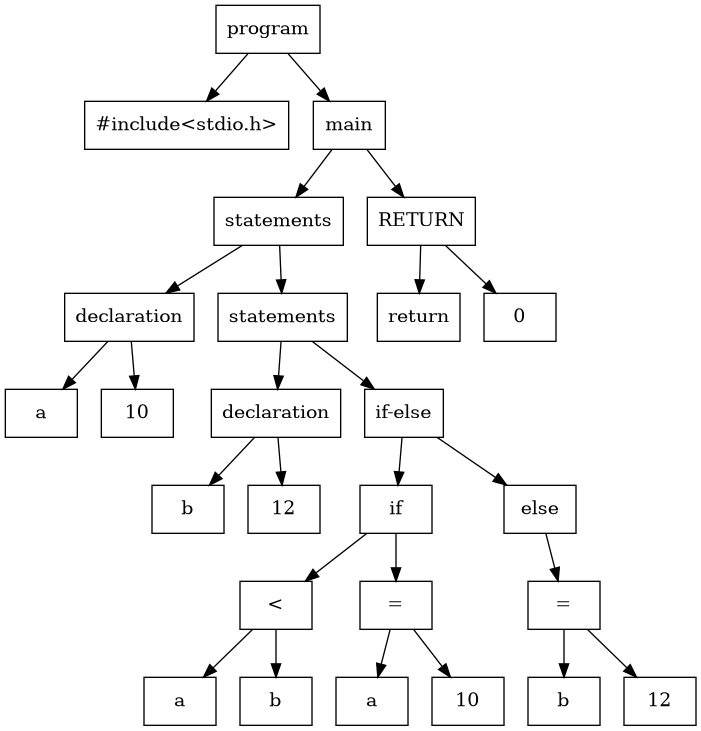
Earlier version of the Graphviz export src/static/parse_tree.png (amansinghrp/C-Compiler-Insight). Its source is kept beside it as src/parse_tree.dot.
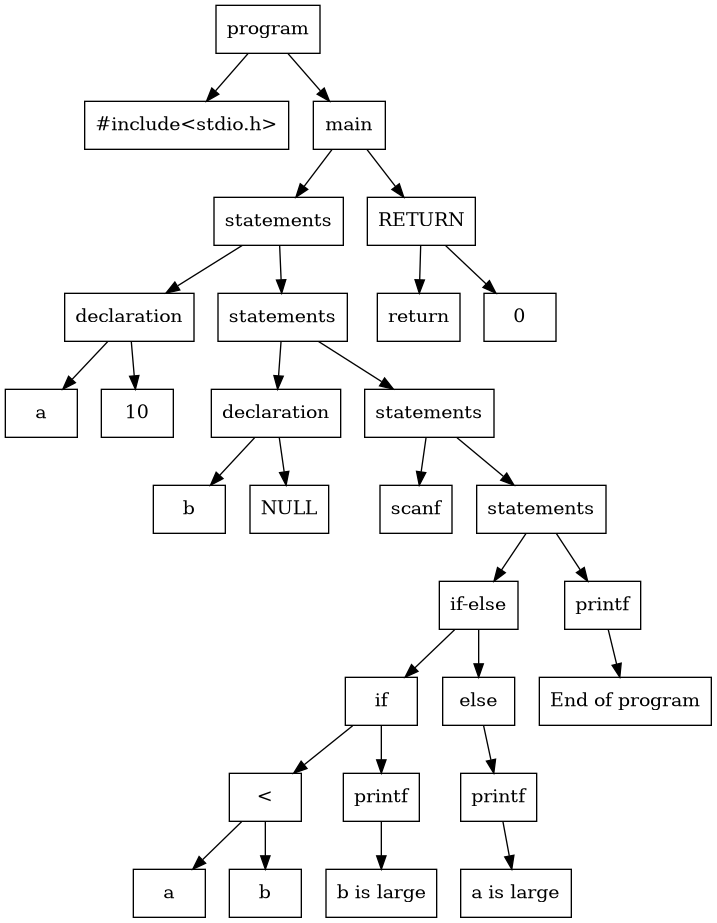
The same file after the commit.

Change to the diagram source:
```diff
@@ -1,54 +1,60 @@
 digraph ParseTree {
   node [shape=box];
-  "0x6127c8023f10" [label="program"];
-  "0x6127c8023f10" -> "0x6127c8023570";
-  "0x6127c8023570" [label="#include<stdio.h>"];
-  "0x6127c8023f10" -> "0x6127c8023ed0";
-  "0x6127c8023ed0" [label="main"];
-  "0x6127c8023ed0" -> "0x6127c8023d10";
-  "0x6127c8023d10" [label="statements"];
-  "0x6127c8023d10" -> "0x6127c8023750";
-  "0x6127c8023750" [label="declaration"];
-  "0x6127c8023750" -> "0x6127c8023710";
-  "0x6127c8023710" [label="a"];
-  "0x6127c8023750" -> "0x6127c80236d0";
-  "0x6127c80236d0" [label="10"];
-  "0x6127c8023d10" -> "0x6127c8023cd0";
-  "0x6127c8023cd0" [label="statements"];
-  "0x6127c8023cd0" -> "0x6127c80238d0";
-  "0x6127c80238d0" [label="declaration"];
-  "0x6127c80238d0" -> "0x6127c8023890";
-  "0x6127c8023890" [label="b"];
-  "0x6127c80238d0" -> "0x6127c8023850";
-  "0x6127c8023850" [label="12"];
-  "0x6127c8023cd0" -> "0x6127c8023c90";
-  "0x6127c8023c90" [label="if-else"];
-  "0x6127c8023c90" -> "0x6127c8023c50";
-  "0x6127c8023c50" [label="if"];
-  "0x6127c8023c50" -> "0x6127c80239f0";
-  "0x6127c80239f0" [label="<"];
-  "0x6127c80239f0" -> "0x6127c8023970";
-  "0x6127c8023970" [label="a"];
-  "0x6127c80239f0" -> "0x6127c80239b0";
-  "0x6127c80239b0" [label="b"];
-  "0x6127c8023c50" -> "0x6127c8023ab0";
-  "0x6127c8023ab0" [label="="];
-  "0x6127c8023ab0" -> "0x6127c8023a70";
-  "0x6127c8023a70" [label="a"];
-  "0x6127c8023ab0" -> "0x6127c8023a30";
-  "0x6127c8023a30" [label="10"];
-  "0x6127c8023c90" -> "0x6127c8023c10";
-  "0x6127c8023c10" [label="else"];
-  "0x6127c8023c10" -> "0x6127c8023bd0";
-  "0x6127c8023bd0" [label="="];
-  "0x6127c8023bd0" -> "0x6127c8023b90";
-  "0x6127c8023b90" [label="b"];
-  "0x6127c8023bd0" -> "0x6127c8023b50";
-  "0x6127c8023b50" [label="12"];
-  "0x6127c8023ed0" -> "0x6127c8023e90";
-  "0x6127c8023e90" [label="RETURN"];
-  "0x6127c8023e90" -> "0x6127c8023e50";
-  "0x6127c8023e50" [label="return"];
-  "0x6127c8023e90" -> "0x6127c8023e10";
-  "0x6127c8023e10" [label="0"];
+  "0x62eefef72030" [label="program"];
+  "0x62eefef72030" -> "0x62eefef71570";
+  "0x62eefef71570" [label="#include<stdio.h>"];
+  "0x62eefef72030" -> "0x62eefef71ff0";
+  "0x62eefef71ff0" [label="main"];
+  "0x62eefef71ff0" -> "0x62eefef71e30";
+  "0x62eefef71e30" [label="statements"];
+  "0x62eefef71e30" -> "0x62eefef71750";
+  "0x62eefef71750" [label="declaration"];
+  "0x62eefef71750" -> "0x62eefef71710";
+  "0x62eefef71710" [label="a"];
+  "0x62eefef71750" -> "0x62eefef716d0";
+  "0x62eefef716d0" [label="10"];
+  "0x62eefef71e30" -> "0x62eefef71df0";
+  "0x62eefef71df0" [label="statements"];
+  "0x62eefef71df0" -> "0x62eefef71870";
+  "0x62eefef71870" [label="declaration"];
+  "0x62eefef71870" -> "0x62eefef71830";
+  "0x62eefef71830" [label="b"];
+  "0x62eefef71870" -> "0x62eefef717f0";
+  "0x62eefef717f0" [label="NULL"];
+  "0x62eefef71df0" -> "0x62eefef71db0";
+  "0x62eefef71db0" [label="statements"];
+  "0x62eefef71db0" -> "0x62eefef71910";
+  "0x62eefef71910" [label="scanf"];
+  "0x62eefef71db0" -> "0x62eefef71d70";
+  "0x62eefef71d70" [label="statements"];
+  "0x62eefef71d70" -> "0x62eefef71cb0";
+  "0x62eefef71cb0" [label="if-else"];
+  "0x62eefef71cb0" -> "0x62eefef71c70";
+  "0x62eefef71c70" [label="if"];
+  "0x62eefef71c70" -> "0x62eefef71a30";
+  "0x62eefef71a30" [label="<"];
+  "0x62eefef71a30" -> "0x62eefef719b0";
+  "0x62eefef719b0" [label="a"];
+  "0x62eefef71a30" -> "0x62eefef719f0";
+  "0x62eefef719f0" [label="b"];
+  "0x62eefef71c70" -> "0x62eefef71b10";
+  "0x62eefef71b10" [label="printf"];
+  "0x62eefef71b10" -> "0x62eefef71ad0";
+  "0x62eefef71ad0" [label="b is large"];
+  "0x62eefef71cb0" -> "0x62eefef71c30";
+  "0x62eefef71c30" [label="else"];
+  "0x62eefef71c30" -> "0x62eefef71bf0";
+  "0x62eefef71bf0" [label="printf"];
+  "0x62eefef71bf0" -> "0x62eefef71bb0";
+  "0x62eefef71bb0" [label="a is large"];
+  "0x62eefef71d70" -> "0x62eefef71d30";
+  "0x62eefef71d30" [label="printf"];
+  "0x62eefef71d30" -> "0x62eefef71cf0";
+  "0x62eefef71cf0" [label="End of program"];
+  "0x62eefef71ff0" -> "0x62eefef71fb0";
+  "0x62eefef71fb0" [label="RETURN"];
+  "0x62eefef71fb0" -> "0x62eefef71f70";
+  "0x62eefef71f70" [label="return"];
+  "0x62eefef71fb0" -> "0x62eefef71f30";
+  "0x62eefef71f30" [label="0"];
 }
```
